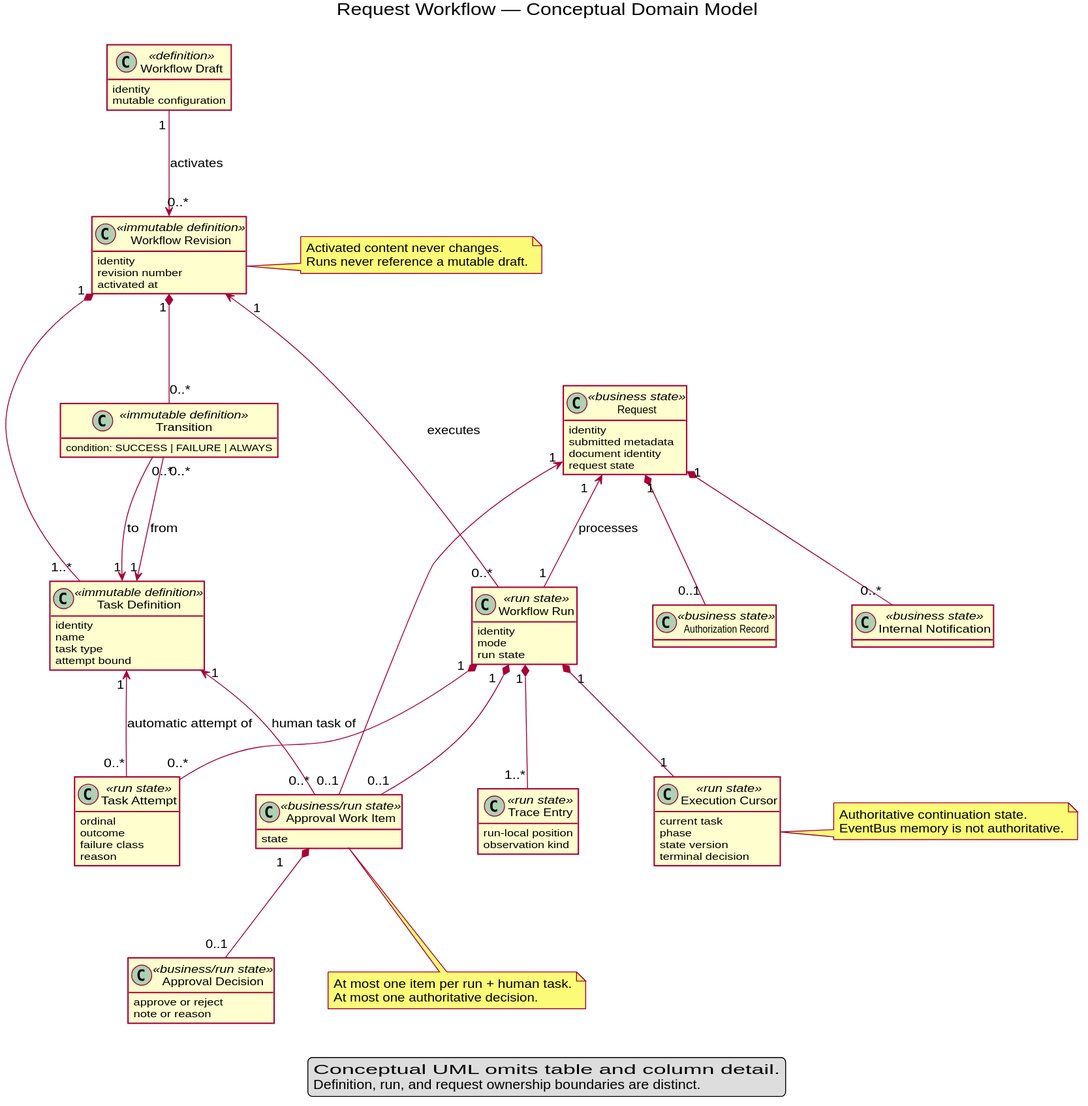
The PlantUML diagram docs/architecture/uml/rendered/domain-model.svg in MAES1102/WMS, before a commit.
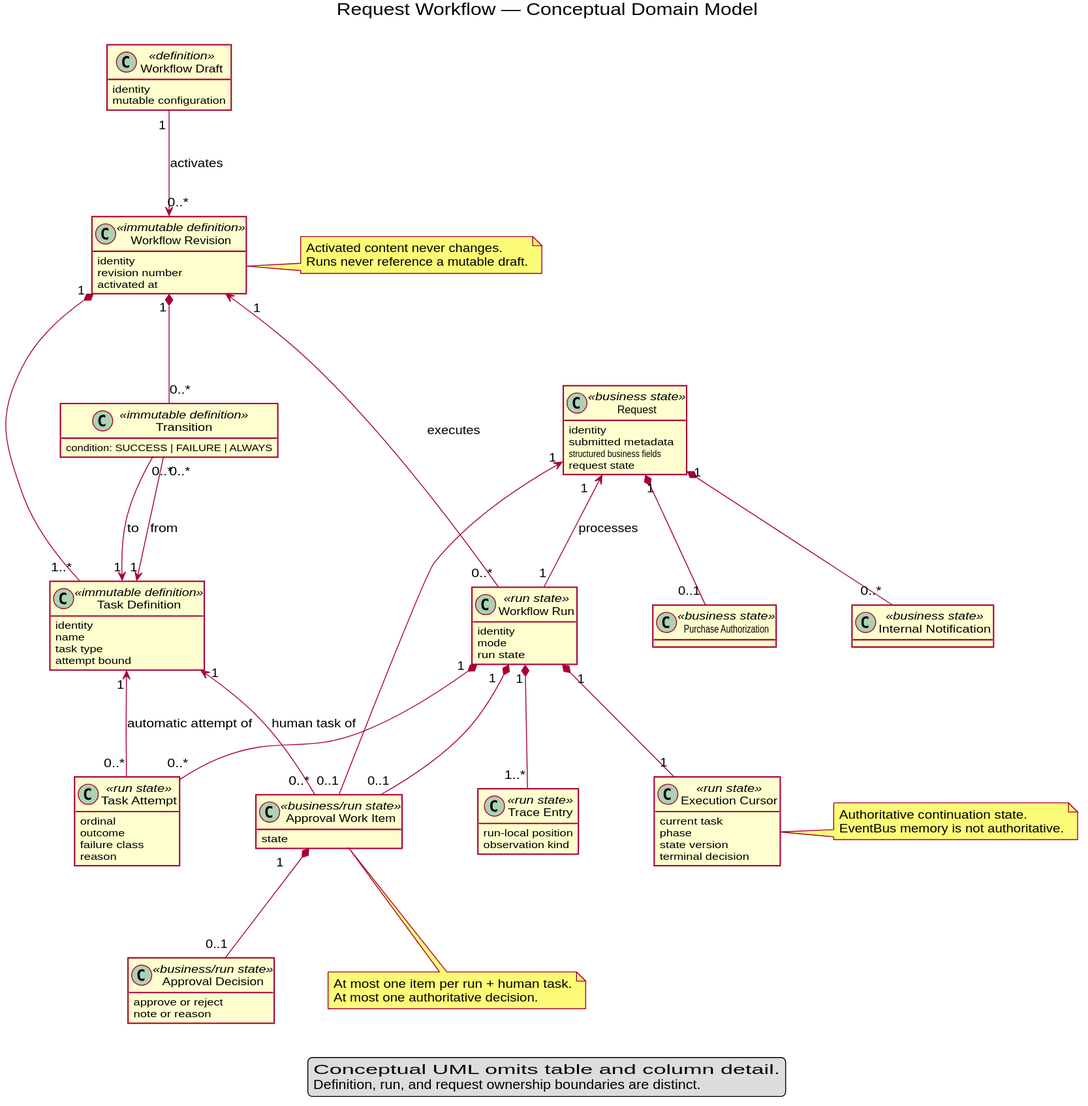
Later version of the same file.

The edit, as a diff of the source:
```diff
@@ -25,7 +25,7 @@
 class Request <<business state>> {
   identity
   submitted metadata
-  document identity
+  structured business fields
   request state
 }
 class "Workflow Run" as Run <<run state>> {
@@ -52,7 +52,7 @@
   approve or reject
   note or reason
 }
-class "Authorization Record" as Authorization <<business state>>
+class "Purchase Authorization" as Authorization <<business state>>
 class "Internal Notification" as Notification <<business state>>
 class "Trace Entry" as Trace <<run state>> {
   run-local position
```
